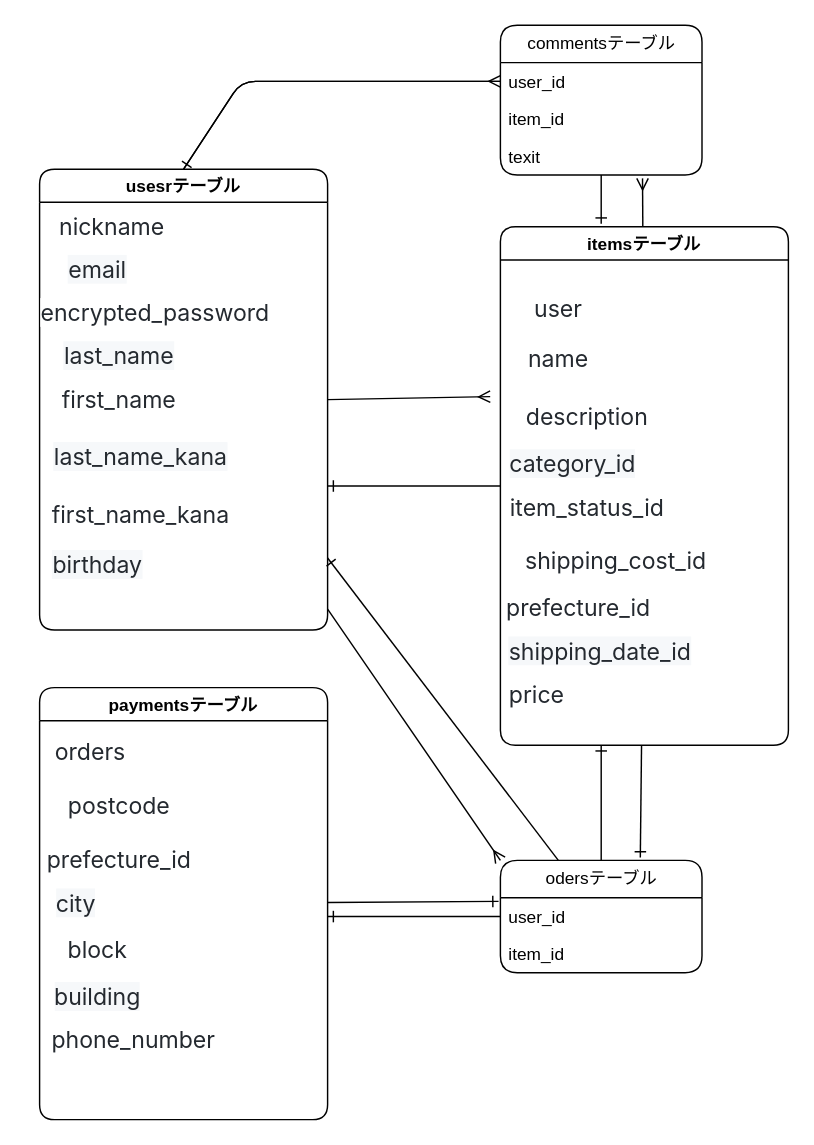
Earlier version of the draw.io diagram furima.dio (kinjoyoshiki557188/furima-38984). Source tidied: cells renumbered, new cells numbered last; positions are measured from the earlier drawing's top-left corner, leaving out a move shared by most shapes. Both pictures are drawn from the tidied source at 144%, with x=0, y=0 at pixel (24, 24).
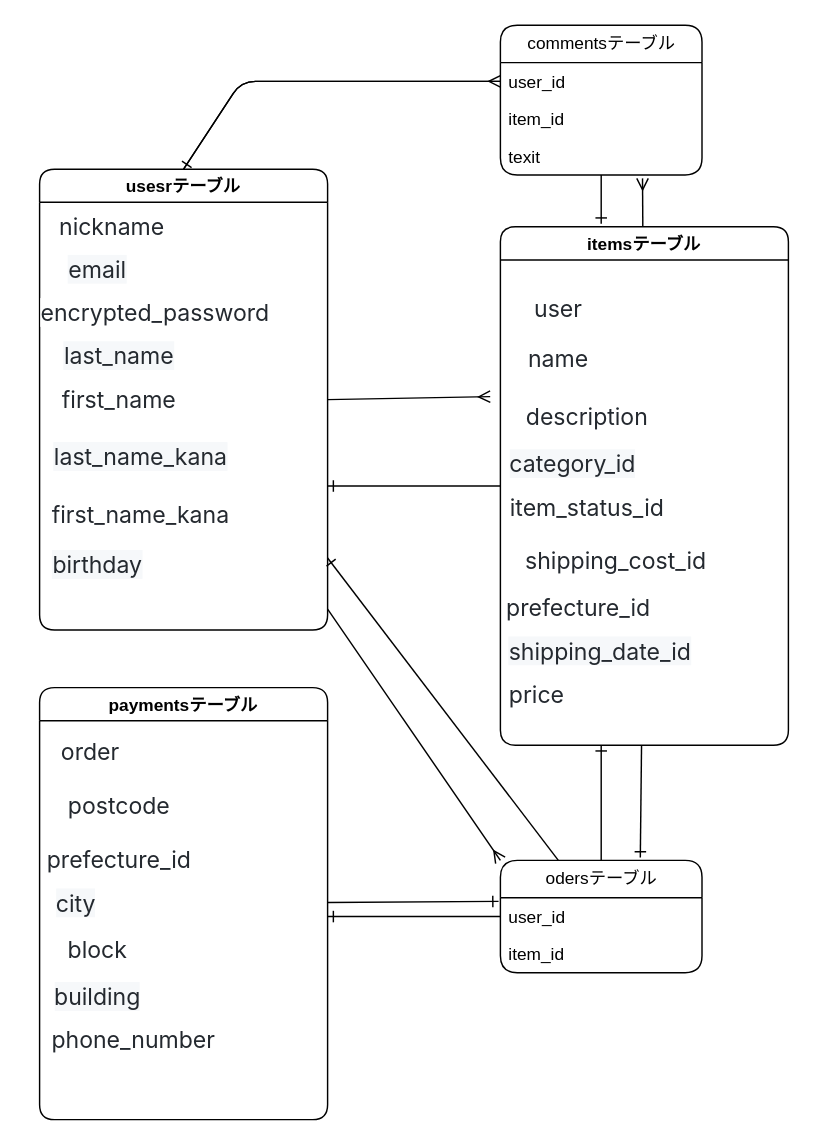
Above is the later version.

Commit message:
データベースの修正

The change refers to these unchanged cells:
```xml
<mxCell id="28" value="paymentsテーブル" style="swimlane;rounded=1;" parent="1" vertex="1">
  <mxGeometry x="10" y="460" width="200" height="300" as="geometry" />
</mxCell>
```

Change to the diagram source:
```diff
@@
-    <mxCell id="29" value="&lt;span style=&quot;color: rgb(36, 41, 47); font-family: -apple-system, &amp;quot;system-ui&amp;quot;, &amp;quot;Segoe UI&amp;quot;, &amp;quot;Noto Sans&amp;quot;, Helvetica, Arial, sans-serif, &amp;quot;Apple Color Emoji&amp;quot;, &amp;quot;Segoe UI Emoji&amp;quot;; font-size: 16px; text-align: -webkit-left; background-color: rgb(255, 255, 255);&quot;&gt;orders&lt;/span&gt;" style="text;html=1;align=center;verticalAlign=middle;strokeColor=none;fillColor=none;rounded=1;" parent="28" vertex="1">
-      <mxGeometry y="30" width="70" height="30" as="geometry" />
+    <mxCell id="29" value="&lt;span style=&quot;color: rgb(36, 41, 47); font-family: -apple-system, &amp;quot;system-ui&amp;quot;, &amp;quot;Segoe UI&amp;quot;, &amp;quot;Noto Sans&amp;quot;, Helvetica, Arial, sans-serif, &amp;quot;Apple Color Emoji&amp;quot;, &amp;quot;Segoe UI Emoji&amp;quot;; font-size: 16px; text-align: -webkit-left; background-color: rgb(255, 255, 255);&quot;&gt;order&lt;/span&gt;" style="text;html=1;align=center;verticalAlign=middle;strokeColor=none;fillColor=none;rounded=1;" parent="28" vertex="1">
+      <mxGeometry x="5" y="30" width="60" height="30" as="geometry" />
     </mxCell>
```
